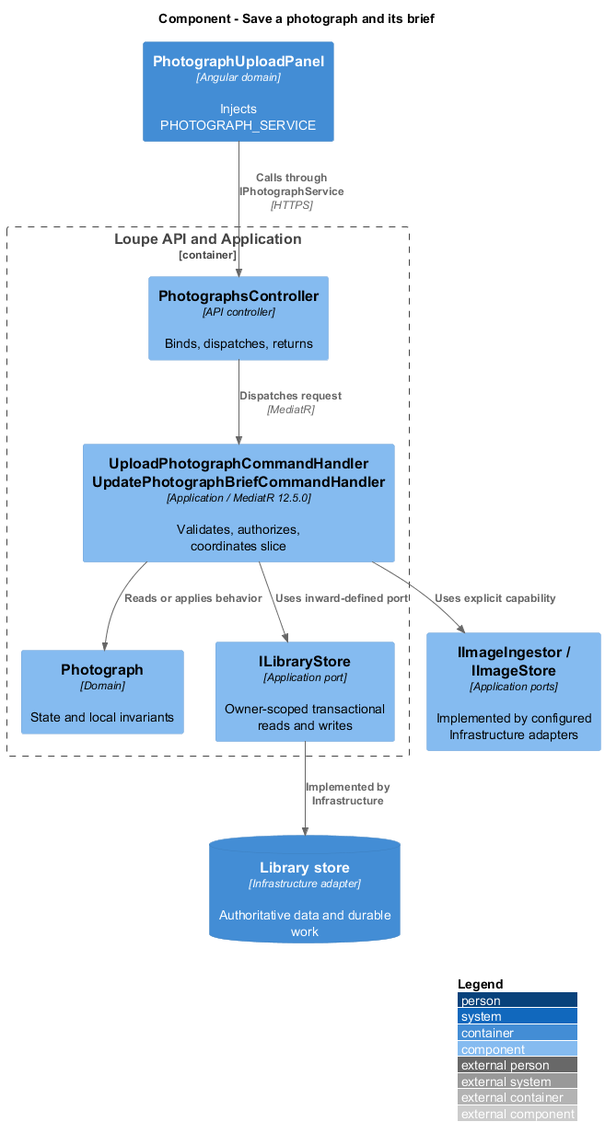
This is docs/detailed-designs/my-work/save-photograph/diagrams/c4-component.png from QuinntyneBrown/loupe, a PlantUML export, as it was before one commit.
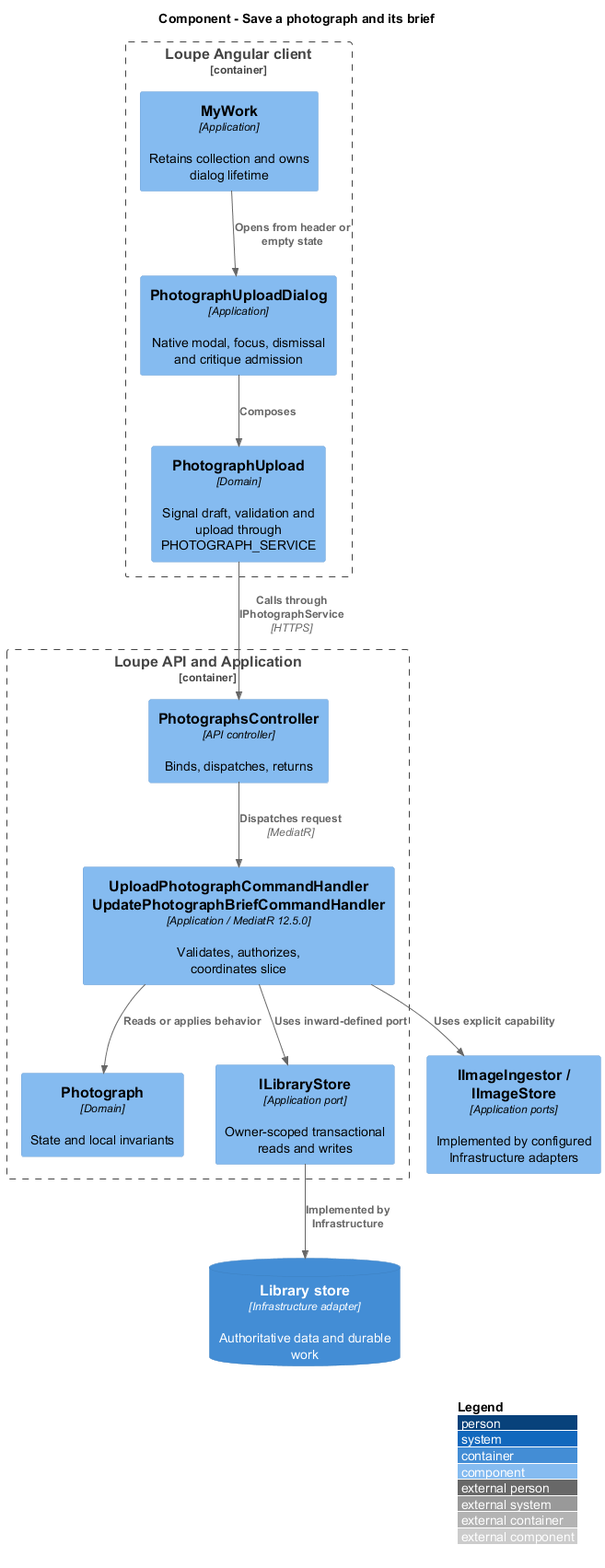
Above is the later version.

The edit, as a diff of the source:
```diff
@@ -2,7 +2,13 @@
 !include <C4/C4_Component>
 LAYOUT_WITH_LEGEND()
 title Component - Save a photograph and its brief
-Container(spa, "PhotographUploadPanel", "Angular domain", "Injects PHOTOGRAPH_SERVICE")
+Container_Boundary(web, "Loupe Angular client") {
+Component(work, "MyWork", "Application", "Retains collection and owns dialog lifetime")
+Component(dialog, "PhotographUploadDialog", "Application", "Native modal, focus, dismissal and critique admission")
+Component(spa, "PhotographUpload", "Domain", "Signal draft, validation and upload through PHOTOGRAPH_SERVICE")
+Rel(work, dialog, "Opens from header or empty state")
+Rel(dialog, spa, "Composes")
+}
 Container_Boundary(api, "Loupe API and Application") {
 Component(ctrl, "PhotographsController", "API controller", "Binds, dispatches, returns")
 Component(handler, "UploadPhotographCommandHandler\nUpdatePhotographBriefCommandHandler", "Application / MediatR 12.5.0", "Validates, authorizes, coordinates slice")
```
